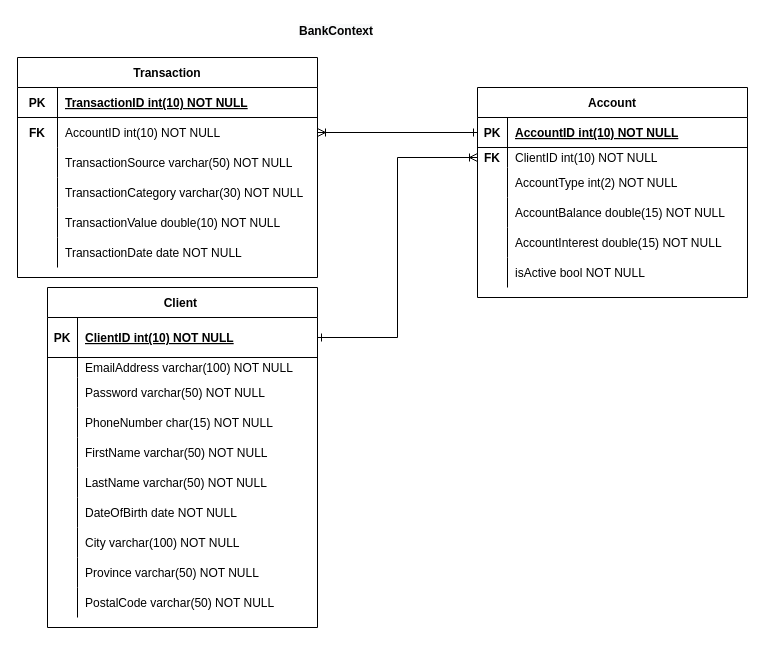
dmoradiya/Banking-Application-and-Expenses-Tracker-with-React---C-ASP-.NET-MVC keeps this draw.io diagram as Planning/ERD_CapstoneBank.drawio. Above is the earlier version. Source tidied: cells renumbered, new cells numbered last; positions are measured from the earlier drawing's top-left corner, leaving out a move shared by most shapes. Both pictures are drawn from the tidied source at 100%, with x=0, y=0 at pixel (17, 17).
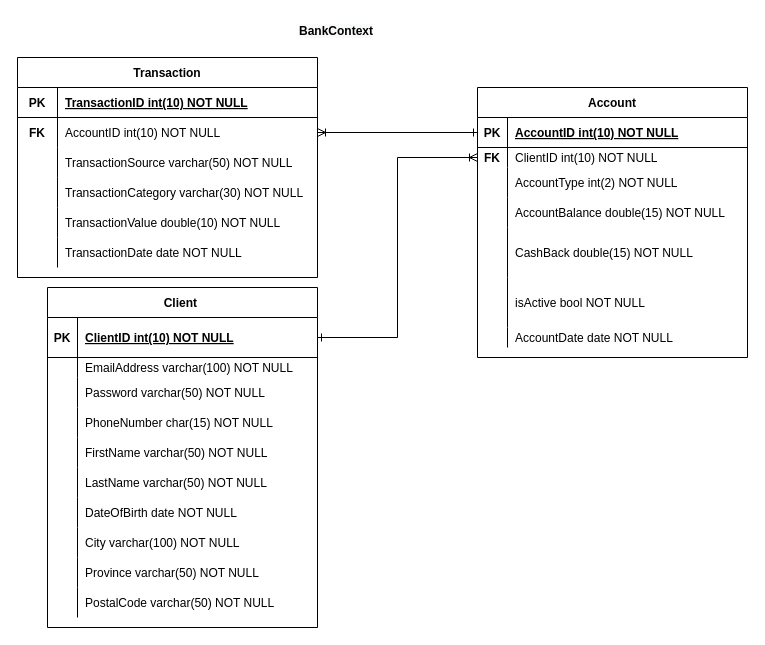
The same page after the edit.

What changed in the source:
```diff
@@
     <mxCell id="21" value="Account" style="shape=table;startSize=30;childLayout=tableLayout;rowLines=0;fontStyle=1;align=center;" parent="1" vertex="1">
-      <mxGeometry x="460" y="70" width="270" height="210" as="geometry" />
+      <mxGeometry x="460" y="70" width="270" height="270" as="geometry" />
     </mxCell>
@@
     <mxCell id="34" style="shape=partialRectangle;fillColor=none;top=0;left=0;right=0;bottom=0;" parent="21" vertex="1">
-      <mxGeometry y="140" width="270" height="30" as="geometry" />
+      <mxGeometry y="140" width="270" height="50" as="geometry" />
     </mxCell>
     <mxCell id="35" style="shape=partialRectangle;overflow=hidden;fillColor=none;top=0;left=0;bottom=0;right=0;" parent="34" vertex="1">
-      <mxGeometry width="30" height="30" as="geometry" />
+      <mxGeometry width="30" height="50" as="geometry" />
     </mxCell>
-    <mxCell id="36" value="AccountInterest double(15) NOT NULL" style="shape=partialRectangle;overflow=hidden;fillColor=none;top=0;left=0;bottom=0;right=0;align=left;spacingLeft=6;" parent="34" vertex="1">
-      <mxGeometry x="30" width="240" height="30" as="geometry" />
+    <mxCell id="36" value="CashBack double(15) NOT NULL" style="shape=partialRectangle;overflow=hidden;fillColor=none;top=0;left=0;bottom=0;right=0;align=left;spacingLeft=6;" parent="34" vertex="1">
+      <mxGeometry x="30" width="240" height="50" as="geometry" />
     </mxCell>
     <mxCell id="37" style="shape=partialRectangle;fillColor=none;top=0;left=0;right=0;bottom=0;" parent="21" vertex="1">
-      <mxGeometry y="170" width="270" height="30" as="geometry" />
+      <mxGeometry y="190" width="270" height="50" as="geometry" />
     </mxCell>
     <mxCell id="38" style="shape=partialRectangle;overflow=hidden;fillColor=none;top=0;left=0;bottom=0;right=0;" parent="37" vertex="1">
-      <mxGeometry width="30" height="30" as="geometry" />
+      <mxGeometry width="30" height="50" as="geometry" />
     </mxCell>
     <mxCell id="39" value="isActive bool NOT NULL" style="shape=partialRectangle;overflow=hidden;fillColor=none;top=0;left=0;bottom=0;right=0;align=left;spacingLeft=6;" parent="37" vertex="1">
-      <mxGeometry x="30" width="240" height="30" as="geometry" />
+      <mxGeometry x="30" width="240" height="50" as="geometry" />
     </mxCell>
+    <mxCell id="76" style="shape=partialRectangle;fillColor=none;top=0;left=0;right=0;bottom=0;" parent="21" vertex="1">
+      <mxGeometry y="240" width="270" height="20" as="geometry" />
+    </mxCell>
+    <mxCell id="77" style="shape=partialRectangle;overflow=hidden;fillColor=none;top=0;left=0;bottom=0;right=0;" parent="76" vertex="1">
+      <mxGeometry width="30" height="20" as="geometry" />
+    </mxCell>
+    <mxCell id="78" value="AccountDate date NOT NULL" style="shape=partialRectangle;overflow=hidden;fillColor=none;top=0;left=0;bottom=0;right=0;align=left;spacingLeft=6;" parent="76" vertex="1">
+      <mxGeometry x="30" width="240" height="20" as="geometry" />
+    </mxCell>
```
